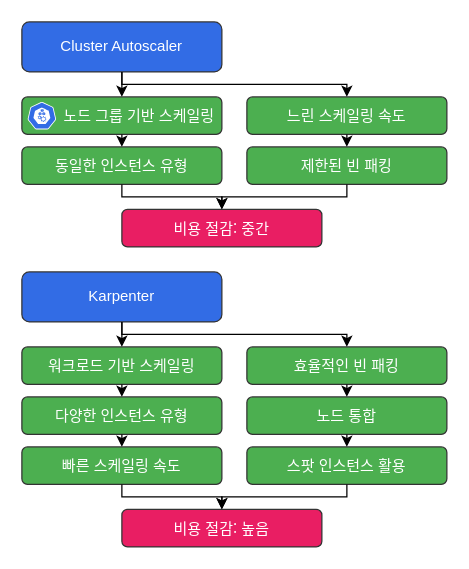
Before: assets/generated-diagrams/karpenter_cost_optimization.drawio in Atom-oh/kubernetes-docs, a draw.io diagram. Source tidied: cells renumbered, new cells numbered last; positions are measured from the earlier drawing's top-left corner, leaving out a move shared by most shapes. Both pictures are drawn from the tidied source at 125%, with x=0, y=0 at pixel (21, 21).
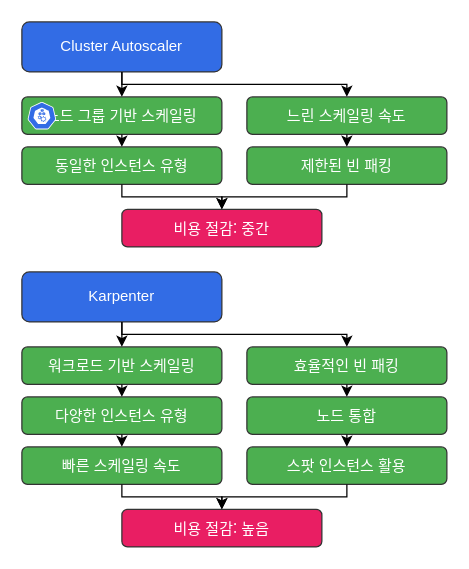
The same diagram, later.

Change to the diagram source:
```diff
@@
-    <mxCell id="4" value="노드 그룹 기반 스케일링" style="rounded=1;whiteSpace=wrap;html=1;fillColor=#4CAF50;strokeColor=#333333;fontColor=#FFFFFF;fontSize=12;fontFamily=Noto Sans CJK KR;spacingLeft=28;" parent="1" vertex="1">
+    <mxCell id="4" value="노드 그룹 기반 스케일링" style="rounded=1;whiteSpace=wrap;html=1;fillColor=#4CAF50;strokeColor=#333333;fontColor=#FFFFFF;fontSize=12;fontFamily=Noto Sans CJK KR;" parent="1" vertex="1">
       <mxGeometry y="60" width="160" height="30" as="geometry" />
     </mxCell>
```
